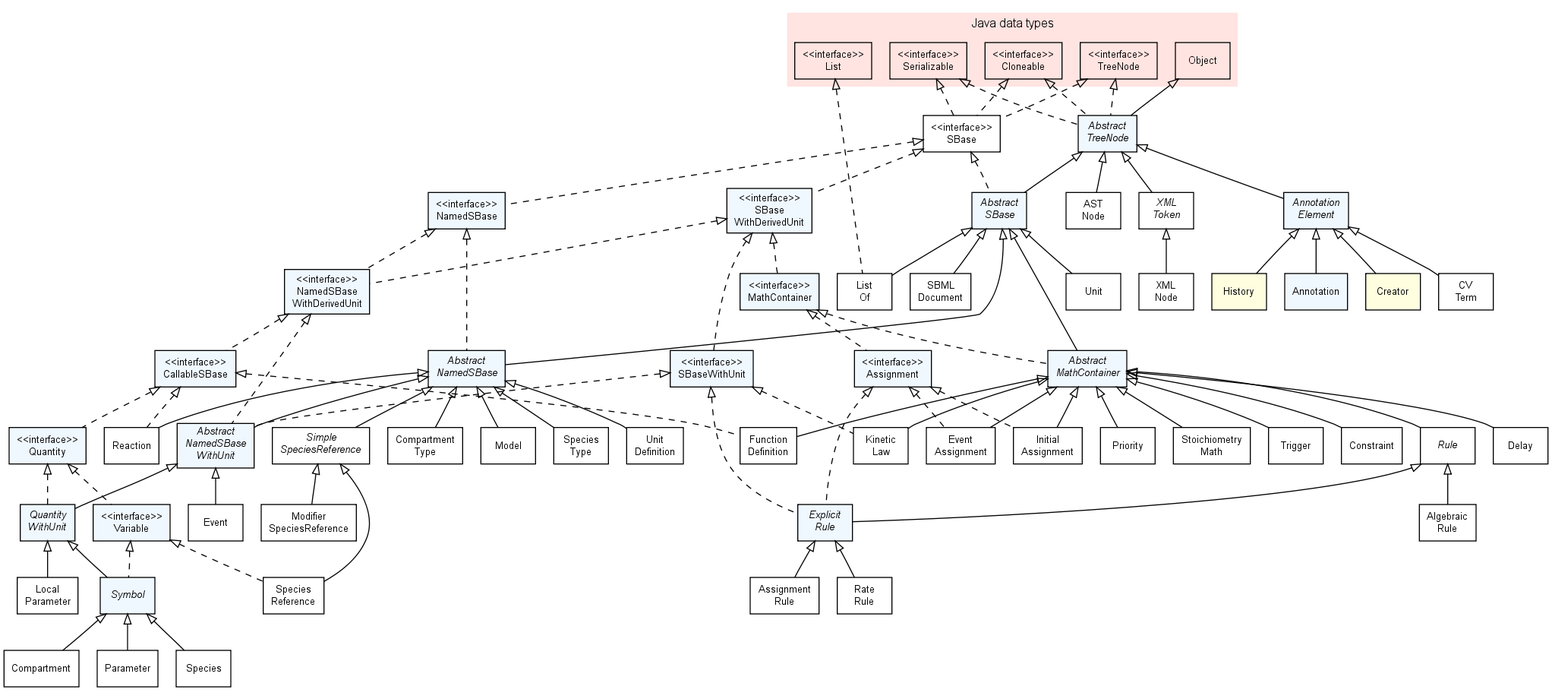
This is doc/img/FullTypeHierarchy.png from sbmlteam/jsbml, a Graphviz export, as it was before one commit. Its source is kept beside it as doc/img/FullTypeHierarchy.dot.
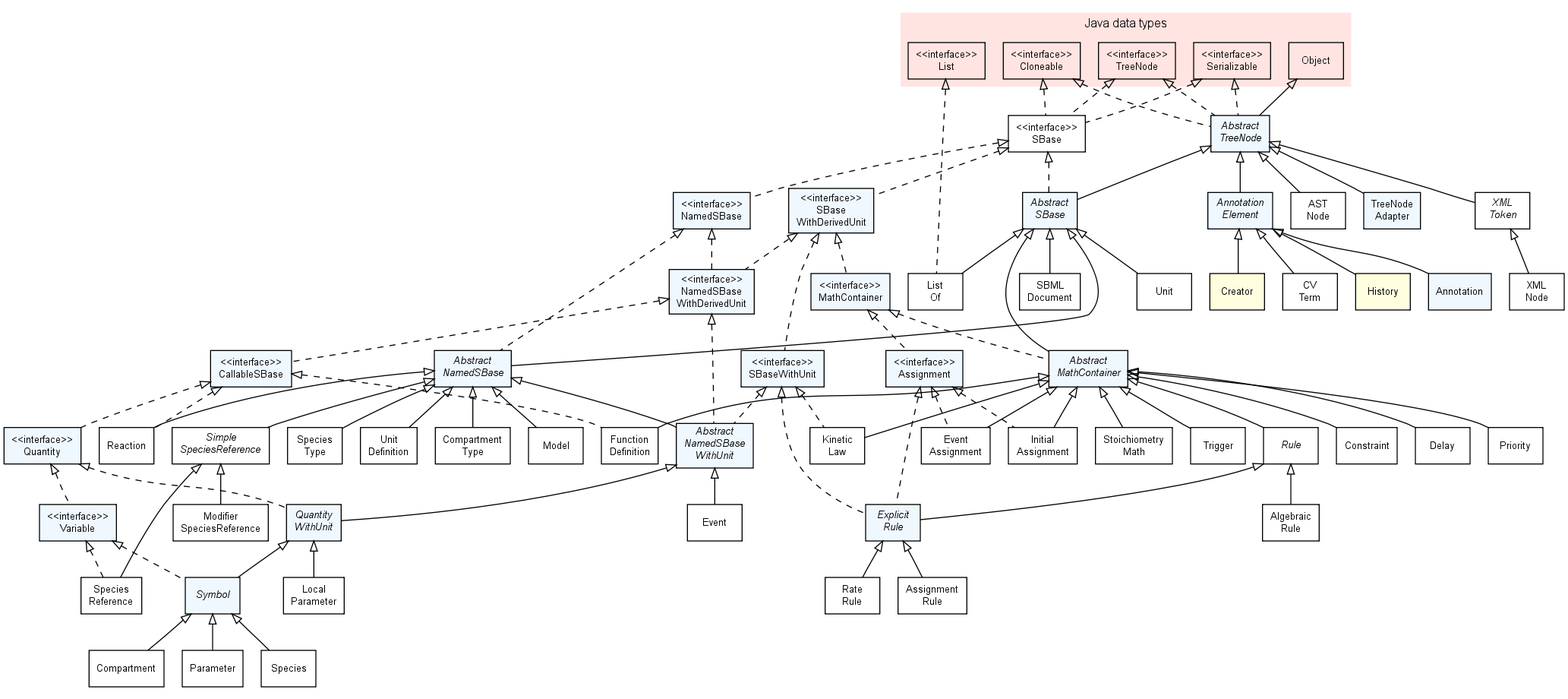
After the commit.

Change to the diagram source:
```diff
@@ -59,12 +59,12 @@
   AbstractNamedSBase                       [label=<<font face="Helvetica-Oblique">Abstract<br/>NamedSBase</font>>, style="filled", fillcolor="#F0F8FF"];
   AbstractNamedSBaseWithUnit               [label=<<font face="Helvetica-Oblique">Abstract<br/>NamedSBase<br/>WithUnit</font>>, style="filled", fillcolor="#F0F8FF"];
   AbstractSBase                            [label=<<font face="Helvetica-Oblique">Abstract<br/>SBase</font>>, style="filled", fillcolor="#F0F8FF"];
+  AbstractTreeNode                         [label=<<font face="Helvetica-Oblique">Abstract<br/>TreeNode</font>>, style="filled", fillcolor="#F0F8FF"];
   AnnotationElement                        [label=<<font face="Helvetica-Oblique">Annotation<br/>Element</font>>, style="filled", fillcolor="#F0F8FF"];
   ExplicitRule                             [label=<<font face="Helvetica-Oblique">Explicit<br/>Rule</font>>, style="filled", fillcolor="#F0F8FF"];
   Rule                                     [label=<<font face="Helvetica-Oblique">Rule</font>>];
   SimpleSpeciesReference                   [label=<<font face="Helvetica-Oblique">Simple<br/>SpeciesReference</font>>];
   QuantityWithUnit                         [label=<<font face="Helvetica-Oblique">Quantity<br/>WithUnit</font>>, style="filled", fillcolor="#F0F8FF"];
-  AbstractTreeNode                         [label=<<font face="Helvetica-Oblique">Abstract<br/>TreeNode</font>>, style="filled", fillcolor="#F0F8FF"];
   Symbol                                   [label=<<font face="Helvetica-Oblique">Symbol</font>>, style="filled", fillcolor="#F0F8FF"];
   XMLToken                                 [label=<<font face="Helvetica-Oblique">XML<br/>Token</font>>];
 
@@ -78,7 +78,7 @@
   ASTNode                                  [label="AST\nNode"];
   Compartment                              [label="Compartment"];
   CompartmentType                          [label="Compartment\nType"];
-  Constraint                               [label="Constraint"];
+  Constraint                               [label="Constraint"]
   Creator                                  [label="Creator", style="filled", fillcolor="#FFFFE0"];
   CVTerm                                   [label="CV\nTerm"];
   Delay                                    [label="Delay"];
@@ -101,6 +101,7 @@
   SpeciesReference                         [label="Species\nReference"];
   SpeciesType                              [label="Species\nType"];
   StoichiometryMath                        [label="Stoichiometry\nMath"];
+  TreeNodeAdapter                          [label="TreeNode\nAdapter", style="filled", fillcolor="#F0F8FF"];
   Trigger                                  [label="Trigger"];
   Unit                                     [label="Unit"];
   UnitDefinition                           [label="Unit\nDefinition"];
@@ -137,6 +138,7 @@
   AbstractTreeNode           -> AbstractSBase              [dir=back,arrowtail=empty];
   AbstractTreeNode           -> AnnotationElement          [dir=back,arrowtail=empty];
   AbstractTreeNode           -> ASTNode                    [dir=back,arrowtail=empty];
+  AbstractTreeNode           -> TreeNodeAdapter            [dir=back,arrowtail=empty];
   AbstractTreeNode           -> XMLToken                   [dir=back,arrowtail=empty];
   AnnotationElement          -> Annotation                 [dir=back,arrowtail=empty];
   AnnotationElement          -> Creator                    [dir=back,arrowtail=empty];
```
